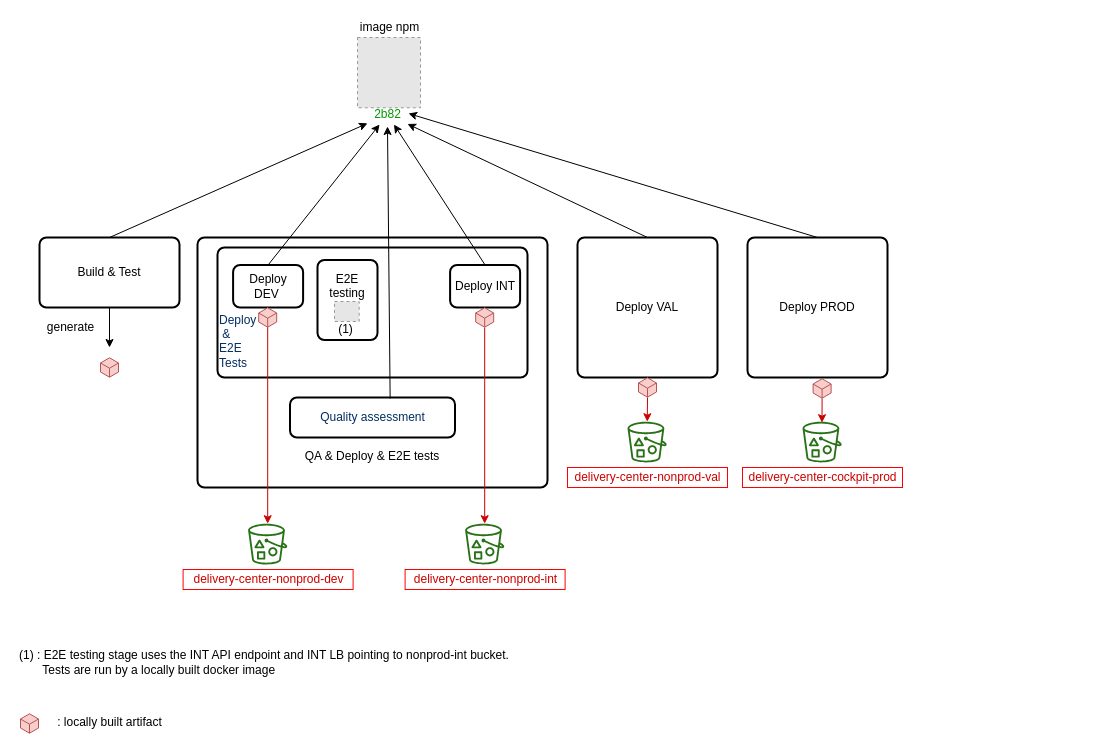
Earlier version of the draw.io diagram JenkinsOccFlow.drawio (claytonbrown/aws-drawing). Source tidied: cells renumbered, new cells numbered last; positions are measured from the earlier drawing's top-left corner, leaving out a move shared by most shapes. Both pictures are drawn from the tidied source at 100%, with x=0, y=0 at pixel (17, 17). Pictures stored in the file or linked from it are replaced by grey dashed boxes.
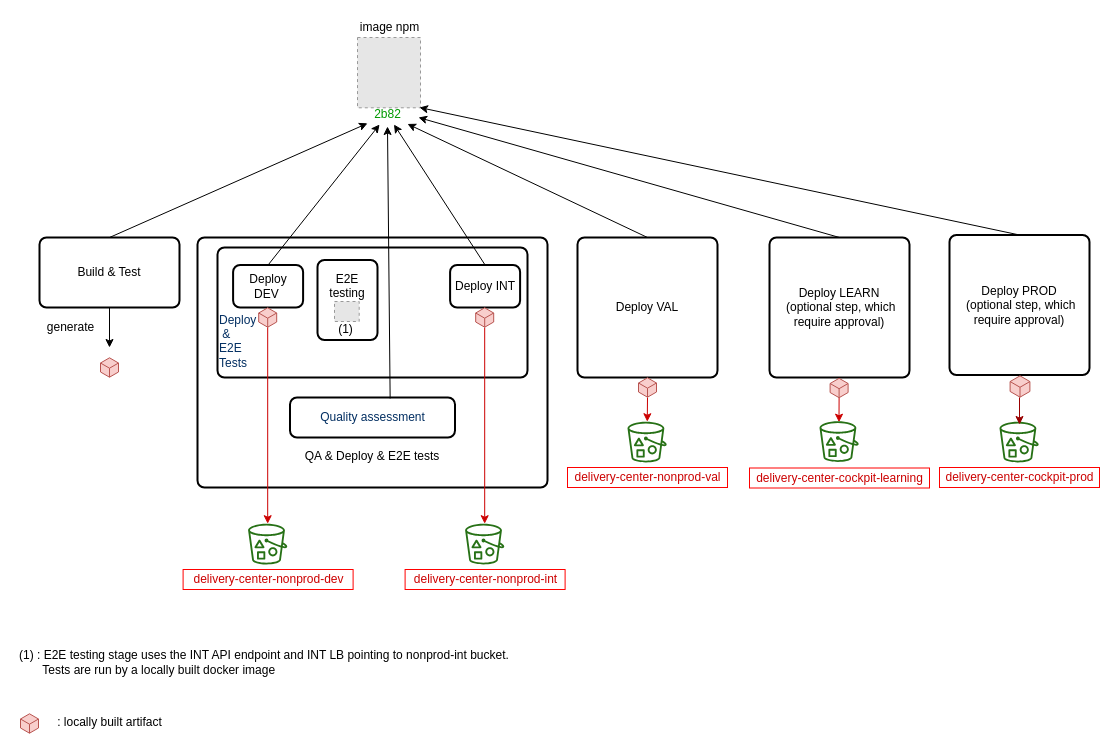
The same page after the edit.

The change refers to these unchanged cells:
```xml
<mxCell id="19" value="&lt;font color=&quot;#009900&quot;&gt;2b82&lt;/font&gt;" style="text;html=1;align=center;verticalAlign=middle;points=[];" parent="13" vertex="1">
  <mxGeometry x="10" y="67" width="40" height="20" as="geometry" />
</mxCell>
```

Diff of the diagram source:
```diff
@@
-    <mxCell id="5" value="Deploy PROD" style="rounded=1;whiteSpace=wrap;html=1;absoluteArcSize=1;arcSize=14;strokeWidth=2;" parent="1" vertex="1">
-      <mxGeometry x="730" y="220" width="140" height="140" as="geometry" />
+    <mxCell id="5" value="Deploy PROD&lt;br&gt;&amp;nbsp;(optional step, which require approval)" style="rounded=1;whiteSpace=wrap;html=1;absoluteArcSize=1;arcSize=14;strokeWidth=2;" parent="1" vertex="1">
+      <mxGeometry x="932" y="217.5" width="140" height="140" as="geometry" />
     </mxCell>
@@
-    <mxCell id="39" style="group;strokeColor=none;" parent="1" vertex="1">
-      <mxGeometry x="720" y="404.2" width="170" height="65.8" as="geometry" />
-    </mxCell>
-    <mxCell id="40" style="fontColor=#232F3E;gradientColor=none;fillColor=#277116;strokeColor=#FF0000;dashed=0;verticalLabelPosition=bottom;verticalAlign=top;align=center;html=1;fontSize=12;fontStyle=0;shape=mxgraph.aws4.bucket_with_objects;" parent="39" vertex="1">
-      <mxGeometry x="65" width="39.2" height="40.8" as="geometry" />
-    </mxCell>
-    <mxCell id="41" value="&lt;font color=&quot;#cc0000&quot;&gt;delivery-center-cockpit-prod&lt;/font&gt;" style="text;html=1;align=center;verticalAlign=middle;strokeColor=#FF0000;" parent="39" vertex="1">
-      <mxGeometry x="5" y="45.8" width="160" height="20" as="geometry" />
-    </mxCell>
-    <mxCell id="42" style="endArrow=classic;html=1;exitX=0.5;exitY=1;exitDx=0;exitDy=0;fillColor=#CC0000;strokeColor=#CC0000;" parent="1" edge="1" source="55">
-      <mxGeometry relative="1" as="geometry">
-        <mxPoint x="804.5" y="405.2" as="targetPoint" />
-      </mxGeometry>
-    </mxCell>
-    <mxCell id="43" style="endArrow=classic;html=1;exitX=0.5;exitY=0;exitDx=0;exitDy=0;entryX=1.025;entryY=0.45;entryDx=0;entryDy=0;entryPerimeter=0;" parent="1" edge="1" source="5" target="19">
-      <mxGeometry relative="1" as="geometry" />
+    <mxCell id="43" style="endArrow=classic;html=1;exitX=0.5;exitY=0;exitDx=0;exitDy=0;" parent="1" edge="1" source="5">
+      <mxGeometry relative="1" as="geometry">
+        <mxPoint x="402" y="90" as="targetPoint" />
+      </mxGeometry>
     </mxCell>
@@
+    <mxCell id="40" style="fontColor=#232F3E;gradientColor=none;fillColor=#277116;strokeColor=#FF0000;dashed=0;verticalLabelPosition=bottom;verticalAlign=top;align=center;html=1;fontSize=12;fontStyle=0;shape=mxgraph.aws4.bucket_with_objects;" parent="1" vertex="1">
+      <mxGeometry x="982" y="404.2" width="39.2" height="40.8" as="geometry" />
+    </mxCell>
     <mxCell id="55" style="html=1;whiteSpace=wrap;shape=isoCube;backgroundOutline=1;align=left;fillColor=#f8cecc;strokeColor=#b85450;" parent="1" vertex="1">
-      <mxGeometry x="795.6" y="361" width="18" height="20" as="geometry" />
+      <mxGeometry x="992.6" y="358" width="19.8" height="22" as="geometry" />
     </mxCell>
-    <mxCell id="56" style="endArrow=classic;html=1;exitX=0.5;exitY=1;exitDx=0;exitDy=0;fillColor=#CC0000;strokeColor=#CC0000;" parent="1" edge="1" target="55">
-      <mxGeometry relative="1" as="geometry">
-        <mxPoint x="804.8" y="361" as="sourcePoint" />
-      </mxGeometry>
-    </mxCell>
+    <mxCell id="41" value="&lt;font color=&quot;#cc0000&quot;&gt;delivery-center-cockpit-prod&lt;/font&gt;" style="text;html=1;align=center;verticalAlign=middle;strokeColor=#FF0000;" parent="1" vertex="1">
+      <mxGeometry x="922" y="450" width="160" height="20" as="geometry" />
+    </mxCell>
+    <mxCell id="57" value="Deploy LEARN&lt;br&gt;&amp;nbsp;(optional step, which require approval)" style="rounded=1;whiteSpace=wrap;html=1;absoluteArcSize=1;arcSize=14;strokeWidth=2;" parent="1" vertex="1">
+      <mxGeometry x="752" y="220" width="140" height="140" as="geometry" />
+    </mxCell>
+    <mxCell id="58" style="html=1;whiteSpace=wrap;shape=isoCube;backgroundOutline=1;align=left;fillColor=#f8cecc;strokeColor=#b85450;" parent="1" vertex="1">
+      <mxGeometry x="812.6" y="360.5" width="18" height="20" as="geometry" />
+    </mxCell>
+    <mxCell id="59" style="endArrow=classic;html=1;exitX=0.5;exitY=1;exitDx=0;exitDy=0;fillColor=#CC0000;strokeColor=#CC0000;" parent="1" edge="1" source="58">
+      <mxGeometry relative="1" as="geometry">
+        <mxPoint x="821.5" y="404.7" as="targetPoint" />
+      </mxGeometry>
+    </mxCell>
+    <mxCell id="60" style="fontColor=#232F3E;gradientColor=none;fillColor=#277116;strokeColor=#FF0000;dashed=0;verticalLabelPosition=bottom;verticalAlign=top;align=center;html=1;fontSize=12;fontStyle=0;shape=mxgraph.aws4.bucket_with_objects;" parent="1" vertex="1">
+      <mxGeometry x="802" y="403.7" width="39.2" height="40.8" as="geometry" />
+    </mxCell>
+    <mxCell id="61" value="&lt;font color=&quot;#cc0000&quot;&gt;delivery-center-cockpit-learning&lt;/font&gt;" style="text;html=1;align=center;verticalAlign=middle;strokeColor=#FF0000;" parent="1" vertex="1">
+      <mxGeometry x="732" y="450.5" width="180" height="20" as="geometry" />
+    </mxCell>
+    <mxCell id="62" style="endArrow=classic;html=1;strokeColor=#990000;" parent="1" edge="1">
+      <mxGeometry relative="1" as="geometry">
+        <mxPoint x="1002" y="380" as="sourcePoint" />
+        <mxPoint x="1002" y="407" as="targetPoint" />
+      </mxGeometry>
+    </mxCell>
+    <mxCell id="63" style="endArrow=classic;html=1;exitX=0.5;exitY=0;exitDx=0;exitDy=0;" parent="1" edge="1" source="57">
+      <mxGeometry relative="1" as="geometry">
+        <mxPoint x="401" y="100" as="targetPoint" />
+      </mxGeometry>
+    </mxCell>
```
